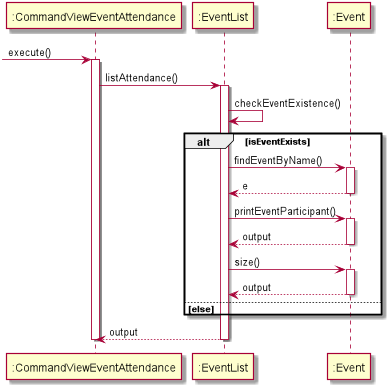
Above: docs/EventDiagram/SequenceDiagram/CommandViewEventAttendance.png in nus-cs2113-AY2021S1/tp (PlantUML), before the change. The source it was exported from:
```plantuml
@startuml
 -> ":CommandViewEventAttendance": execute()

activate ":CommandViewEventAttendance"
":CommandViewEventAttendance" -> ":EventList" : listAttendance()
activate ":EventList"
":EventList" -> ":EventList" : checkEventExistence()
alt isEventExists
    ":EventList" -> ":Event" : findEventByName()
    activate ":Event"
    return e
    ":EventList" -> ":Event" : printEventParticipant()
    activate ":Event"
    return output
    ":EventList" -> ":Event" : size()
    activate ":Event"
    return output
else else
end

return output
deactivate ":EventList"
deactivate ":CommandViewEventAttendance"
@enduml
```
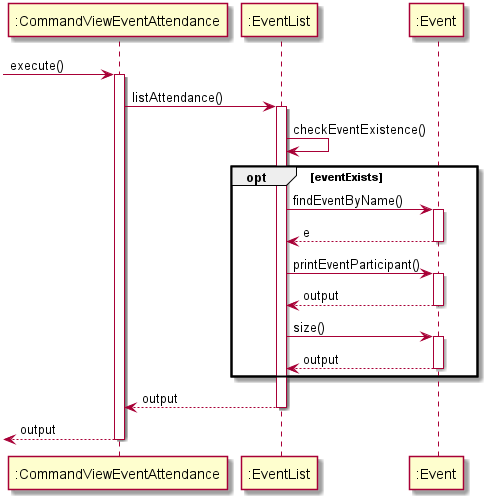
Above is the later version.

The edit, as a diff of the source:
```diff
@@ -5,7 +5,7 @@
 ":CommandViewEventAttendance" -> ":EventList" : listAttendance()
 activate ":EventList"
 ":EventList" -> ":EventList" : checkEventExistence()
-alt isEventExists
+opt eventExists
     ":EventList" -> ":Event" : findEventByName()
     activate ":Event"
     return e
@@ -15,10 +15,10 @@
     ":EventList" -> ":Event" : size()
     activate ":Event"
     return output
-else else
 end
 
 return output
 deactivate ":EventList"
+<-- ":CommandViewEventAttendance" : output
 deactivate ":CommandViewEventAttendance"
 @enduml
```
